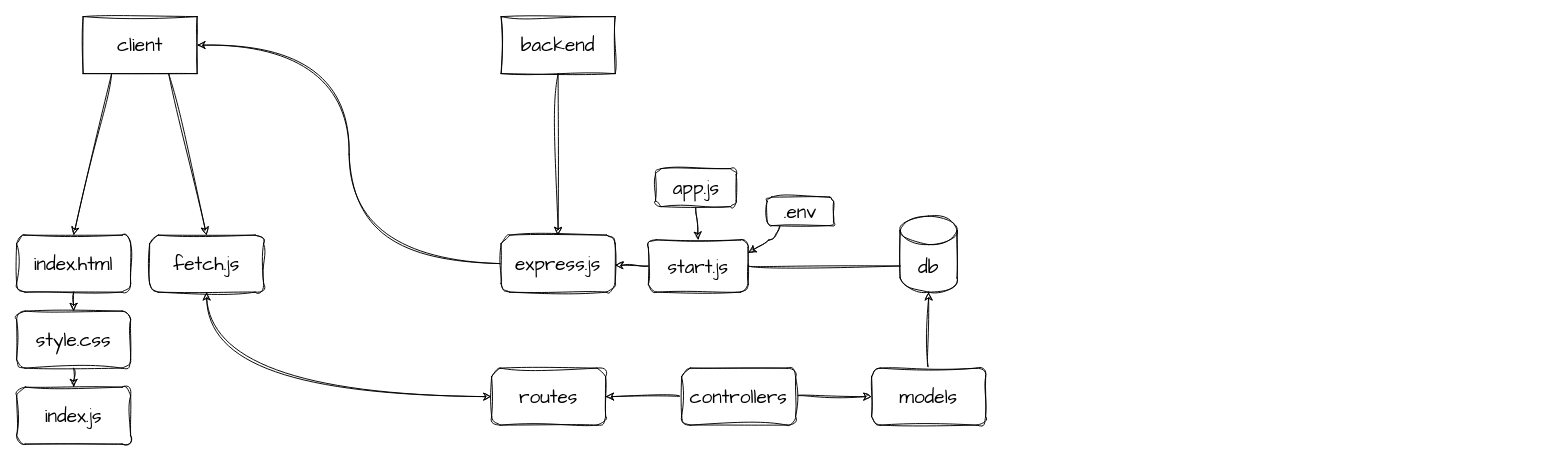
This is blueprints/softwareDesign.drawio from MelcherMate/Bioversee_Webapp, a draw.io file, before an edit. Source tidied: cells renumbered, new cells numbered last; positions are measured from the earlier drawing's top-left corner, leaving out a move shared by most shapes. Both pictures are drawn from the tidied source at 95%, with x=0, y=0 at pixel (16, 16).
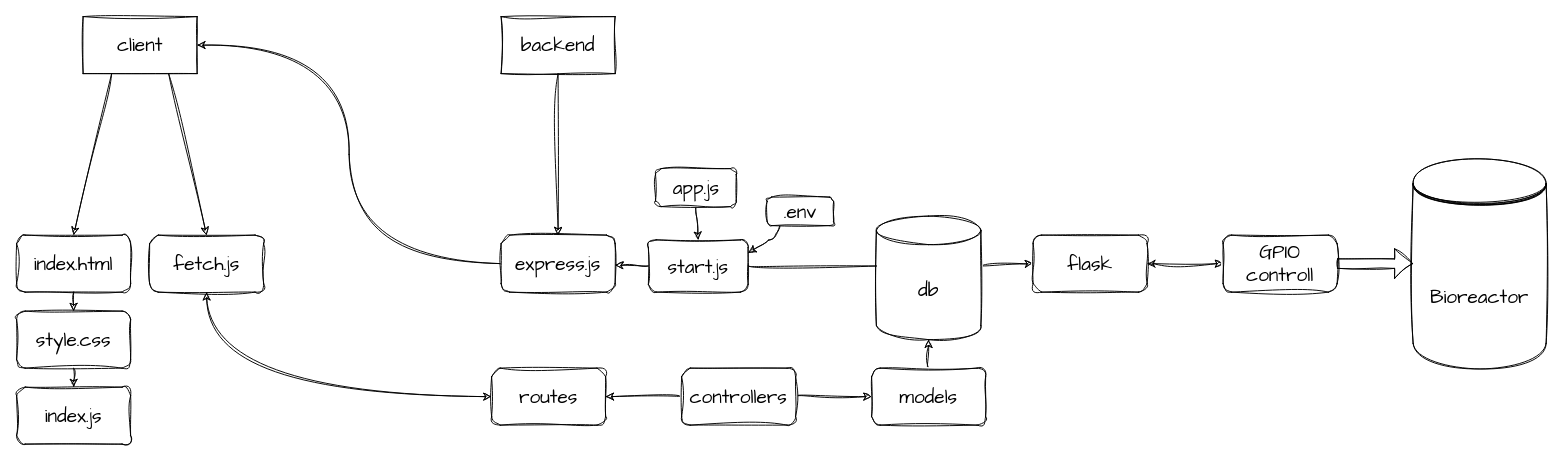
The same page after the edit.

Change to the diagram source:
```diff
@@
+    <mxCell id="30" style="edgeStyle=none;sketch=1;hachureGap=4;jiggle=2;curveFitting=1;html=1;exitX=1;exitY=0;exitDx=0;exitDy=52.5;exitPerimeter=0;entryX=0;entryY=0.5;entryDx=0;entryDy=0;fontFamily=Architects Daughter;fontSize=16;" parent="1" edge="1" source="21" target="32">
+      <mxGeometry relative="1" as="geometry" />
+    </mxCell>
     <mxCell id="21" value="db" style="shape=cylinder3;whiteSpace=wrap;html=1;boundedLbl=1;backgroundOutline=1;size=15;sketch=1;hachureGap=4;jiggle=2;curveFitting=1;fontFamily=Architects Daughter;fontSize=20;" parent="1" vertex="1">
-      <mxGeometry x="930" y="210" width="60" height="80" as="geometry" />
+      <mxGeometry x="905" y="210" width="110" height="130" as="geometry" />
     </mxCell>
@@
+    <mxCell id="31" style="edgeStyle=none;sketch=1;hachureGap=4;jiggle=2;curveFitting=1;html=1;exitX=1;exitY=0.5;exitDx=0;exitDy=0;entryX=0;entryY=0.5;entryDx=0;entryDy=0;fontFamily=Architects Daughter;fontSize=16;startArrow=classic;startFill=1;" parent="1" edge="1" source="32" target="33">
+      <mxGeometry relative="1" as="geometry" />
+    </mxCell>
+    <mxCell id="32" value="flask" style="rounded=1;whiteSpace=wrap;html=1;sketch=1;hachureGap=4;jiggle=2;curveFitting=1;fontFamily=Architects Daughter;fontSize=20;" parent="1" vertex="1">
+      <mxGeometry x="1070" y="230" width="120" height="60" as="geometry" />
+    </mxCell>
+    <mxCell id="33" value="GPIO controll" style="rounded=1;whiteSpace=wrap;html=1;sketch=1;hachureGap=4;jiggle=2;curveFitting=1;fontFamily=Architects Daughter;fontSize=20;" parent="1" vertex="1">
+      <mxGeometry x="1270" y="230" width="120" height="60" as="geometry" />
+    </mxCell>
+    <mxCell id="34" value="Bioreactor" style="shape=datastore;whiteSpace=wrap;html=1;sketch=1;hachureGap=4;jiggle=2;curveFitting=1;fontFamily=Architects Daughter;fontSize=20;" parent="1" vertex="1">
+      <mxGeometry x="1470" y="148.1" width="140" height="223.8" as="geometry" />
+    </mxCell>
+    <mxCell id="35" style="shape=flexArrow;endArrow=classic;html=1;sketch=1;hachureGap=4;jiggle=2;curveFitting=1;fontFamily=Architects Daughter;fontSize=16;exitX=1;exitY=0.5;exitDx=0;exitDy=0;entryX=0;entryY=0.5;entryDx=0;entryDy=0;" parent="1" edge="1" source="33" target="34">
+      <mxGeometry relative="1" as="geometry" />
+    </mxCell>
```
